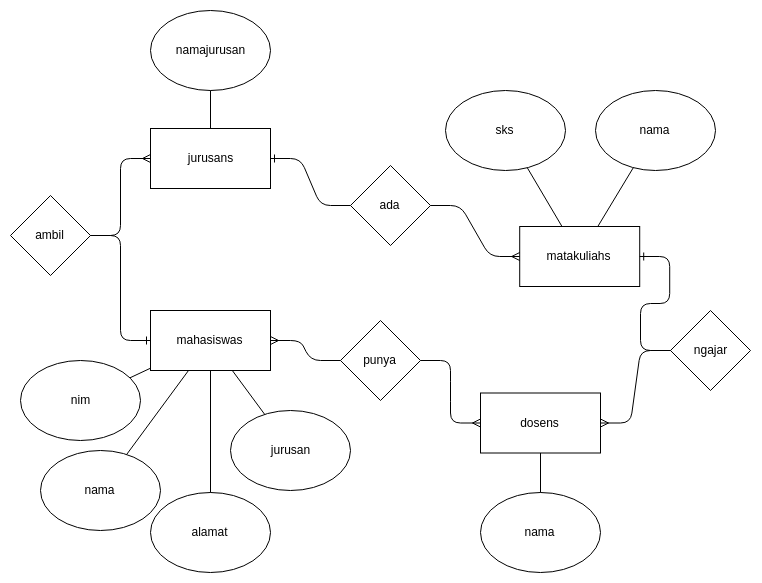
This is 014 - Database/university.db.png from emzhofb/rubicamp, a draw.io export, as it was before one commit. Source tidied: cells renumbered, new cells last; positions are measured from the earlier drawing's top-left corner, leaving out a move shared by most shapes.
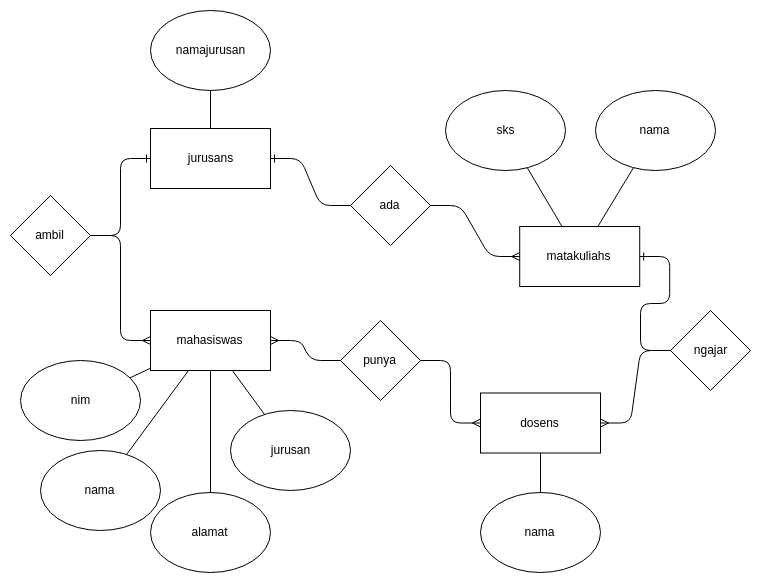
After the commit.

Diff of the diagram source:
```diff
@@ -74,10 +74,10 @@
     <mxCell id="25" value="ambil" style="rhombus;whiteSpace=wrap;html=1;" parent="1" vertex="1">
       <mxGeometry y="185" width="80" height="80" as="geometry" />
     </mxCell>
-    <mxCell id="26" style="edgeStyle=entityRelationEdgeStyle;fontSize=12;html=1;endArrow=ERmany;" parent="1" edge="1" source="25" target="11">
+    <mxCell id="26" style="edgeStyle=entityRelationEdgeStyle;fontSize=12;html=1;endArrow=ERmany;" parent="1" edge="1" source="25" target="2">
       <mxGeometry relative="1" as="geometry" />
     </mxCell>
-    <mxCell id="27" style="edgeStyle=entityRelationEdgeStyle;fontSize=12;html=1;endArrow=ERone;endFill=1;" parent="1" edge="1" source="25" target="2">
+    <mxCell id="27" style="edgeStyle=entityRelationEdgeStyle;fontSize=12;html=1;endArrow=ERone;endFill=1;" parent="1" edge="1" source="25" target="11">
       <mxGeometry relative="1" as="geometry" />
     </mxCell>
     <mxCell id="28" value="ada" style="rhombus;whiteSpace=wrap;html=1;" parent="1" vertex="1">
```
